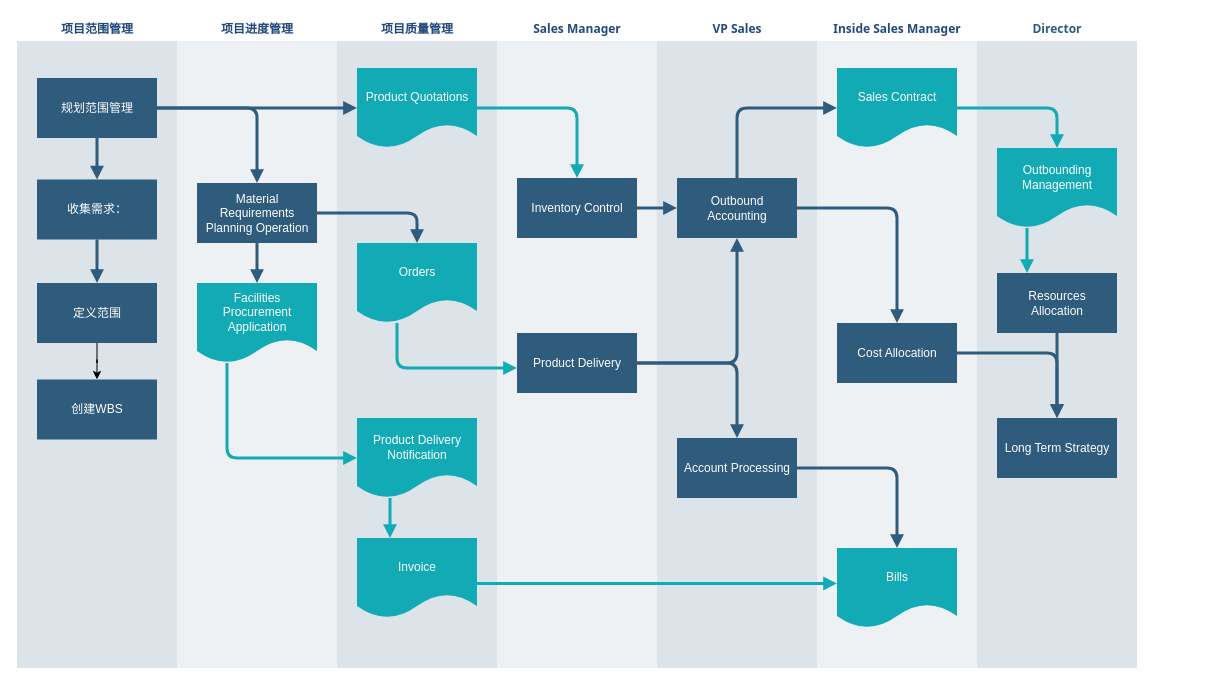
jglie/Hello-World keeps this draw.io diagram as 项目管理.drawio. Above is the earlier version. Source tidied: cells renumbered, new cells numbered last; positions are measured from the earlier drawing's top-left corner, leaving out a move shared by most shapes. Both pictures are drawn from the tidied source at 100%, with x=0, y=0 at pixel (16, 17).
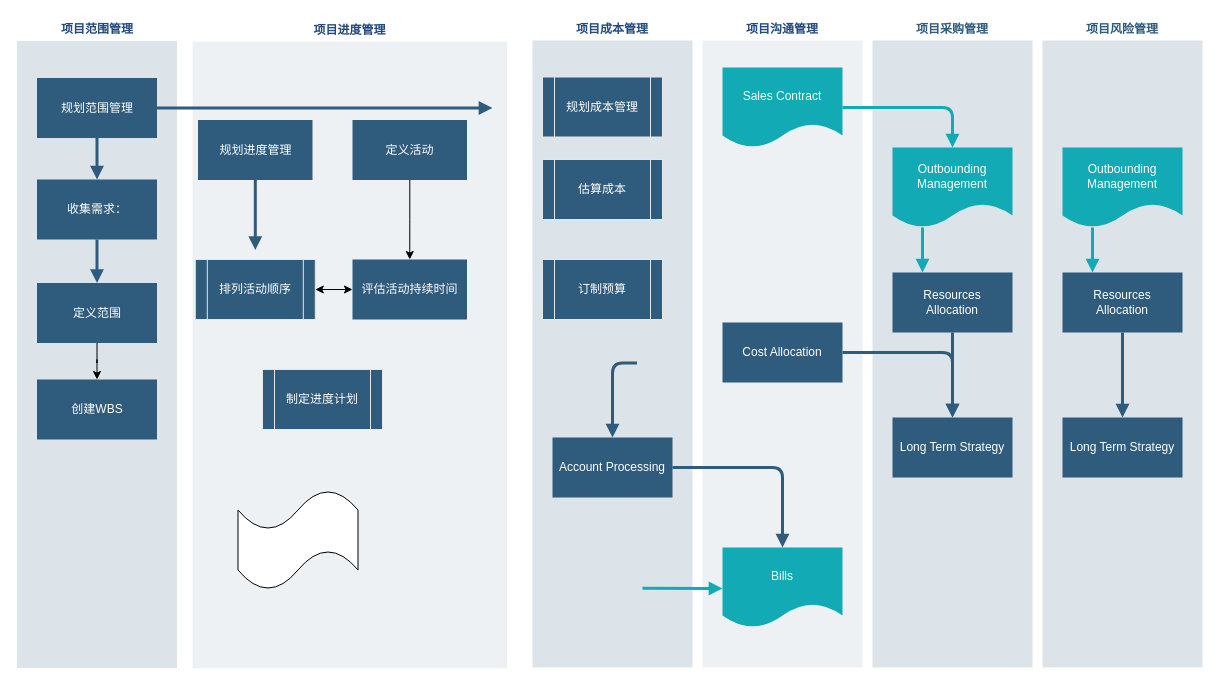
Above is the later version.

Unchanged cells that the change refers to:
```xml
<mxCell id="3" value="规划范围管理" style="whiteSpace=wrap;shadow=0;fontColor=#FFFFFF;fontFamily=Helvetica;fontStyle=0;html=1;fontSize=12;plain-purple;strokeColor=none;fillColor=#2f5b7c;gradientColor=none;spacing=6;verticalAlign=middle;" parent="2" vertex="1">
  <mxGeometry x="20" y="60" width="120" height="60" as="geometry" />
</mxCell>
<mxCell id="11" value="Sales Contract" style="shape=document;whiteSpace=wrap;verticalAlign=middle;strokeColor=none;fillColor=#12aab5;shadow=0;fontColor=#FFFFFF;fontFamily=Helvetica;fontStyle=0;html=1;fontSize=12;spacing=6;spacingBottom=22;" parent="10" vertex="1">
  <mxGeometry x="20" y="50" width="120" height="80" as="geometry" />
</mxCell>
<mxCell id="12" value="Bills" style="shape=document;whiteSpace=wrap;verticalAlign=middle;strokeColor=none;fillColor=#12aab5;shadow=0;fontColor=#FFFFFF;fontFamily=Helvetica;fontStyle=0;html=1;fontSize=12;spacing=6;spacingBottom=22;" parent="10" vertex="1">
  <mxGeometry x="20" y="530" width="120" height="80" as="geometry" />
</mxCell>
<mxCell id="13" value="Cost Allocation" style="whiteSpace=wrap;strokeColor=none;fillColor=#2f5b7c;shadow=0;fontColor=#FFFFFF;fontFamily=Helvetica;fontStyle=0;html=1;fontSize=12;spacing=6;verticalAlign=middle;" parent="10" vertex="1">
  <mxGeometry x="20" y="305" width="120" height="60" as="geometry" />
</mxCell>
<mxCell id="16" value="Account Processing" style="whiteSpace=wrap;strokeColor=none;fillColor=#2f5b7c;shadow=0;fontColor=#FFFFFF;fontFamily=Helvetica;fontStyle=0;html=1;fontSize=12;spacing=6;verticalAlign=middle;" parent="14" vertex="1">
  <mxGeometry x="20" y="420" width="120" height="60" as="geometry" />
</mxCell>
```

What changed in the source:
```diff
@@
-    <mxCell id="10" value="&lt;font color=&quot;#23497d&quot;&gt;Inside Sales Manager&lt;/font&gt;" style="swimlane;whiteSpace=wrap;fillColor=none;swimlaneFillColor=#BAC8D3;fontColor=#2F5B7C;fontFamily=Tahoma;html=1;strokeColor=none;opacity=25;" parent="1" vertex="1">
-      <mxGeometry x="800.5" y="0.5" width="160" height="650" as="geometry" />
+    <mxCell id="10" value="&lt;font color=&quot;#23497d&quot;&gt;项目沟通管理&lt;/font&gt;" style="swimlane;whiteSpace=wrap;fillColor=none;swimlaneFillColor=#BAC8D3;fontColor=#2F5B7C;fontFamily=Tahoma;html=1;strokeColor=none;opacity=25;" parent="1" vertex="1">
+      <mxGeometry x="686" width="160" height="650" as="geometry" />
     </mxCell>
@@
-    <mxCell id="14" value="&lt;font color=&quot;#23497d&quot;&gt;VP Sales&lt;/font&gt;" style="swimlane;whiteSpace=wrap;fillColor=none;swimlaneFillColor=#BAC8D3;fontColor=#2F5B7C;fontFamily=Tahoma;html=1;strokeColor=none;opacity=50;" parent="1" vertex="1">
-      <mxGeometry x="640.5" y="0.5" width="160" height="650" as="geometry" />
+    <mxCell id="14" value="&lt;font color=&quot;#23497d&quot;&gt;项目成本管理&lt;/font&gt;" style="swimlane;whiteSpace=wrap;fillColor=none;swimlaneFillColor=#BAC8D3;fontColor=#2F5B7C;fontFamily=Tahoma;html=1;strokeColor=none;opacity=50;" parent="1" vertex="1">
+      <mxGeometry x="516" width="160" height="650" as="geometry" />
     </mxCell>
-    <mxCell id="15" value="Outbound Accounting" style="whiteSpace=wrap;fillColor=#2f5b7c;strokeColor=none;shadow=0;fontColor=#FFFFFF;fontFamily=Helvetica;fontStyle=0;html=1;fontSize=12;spacing=6;verticalAlign=middle;" parent="14" vertex="1">
-      <mxGeometry x="20" y="160" width="120" height="60" as="geometry" />
-    </mxCell>
@@
+    <mxCell id="51" value="&lt;font color=&quot;#ffffff&quot;&gt;规划成本管理&lt;/font&gt;" style="shape=process;whiteSpace=wrap;html=1;backgroundOutline=1;fillColor=#2F5B7C;fontColor=#000000;strokeColor=#E6E6E6;" parent="14" vertex="1">
+      <mxGeometry x="10" y="59.5" width="120" height="60" as="geometry" />
+    </mxCell>
+    <mxCell id="52" value="&lt;font color=&quot;#ffffff&quot;&gt;估算成本&lt;/font&gt;" style="shape=process;whiteSpace=wrap;html=1;backgroundOutline=1;fillColor=#2F5B7C;fontColor=#000000;strokeColor=#E6E6E6;" parent="14" vertex="1">
+      <mxGeometry x="10" y="142" width="120" height="60" as="geometry" />
+    </mxCell>
+    <mxCell id="53" value="&lt;font color=&quot;#ffffff&quot;&gt;订制预算&lt;/font&gt;" style="shape=process;whiteSpace=wrap;html=1;backgroundOutline=1;fillColor=#2F5B7C;fontColor=#000000;strokeColor=#E6E6E6;" parent="14" vertex="1">
+      <mxGeometry x="10" y="242" width="120" height="60" as="geometry" />
+    </mxCell>
     <mxCell id="17" value="&lt;font color=&quot;#23497d&quot;&gt;项目进度管理&lt;/font&gt;" style="swimlane;whiteSpace=wrap;fillColor=none;swimlaneFillColor=#BAC8D3;fontColor=#2F5B7C;fontFamily=Tahoma;html=1;strokeColor=none;opacity=25;" parent="1" vertex="1">
-      <mxGeometry x="160.5" y="0.5" width="160" height="650" as="geometry" />
+      <mxGeometry x="176" y="1" width="314.5" height="650" as="geometry" />
     </mxCell>
-    <mxCell id="18" value="Material Requirements Planning Operation" style="whiteSpace=wrap;shadow=0;fontColor=#FFFFFF;fontFamily=Helvetica;fontStyle=0;html=1;fontSize=12;plain-purple;strokeColor=none;fillColor=#2f5b7c;gradientColor=none;spacing=6;verticalAlign=middle;" parent="17" vertex="1">
-      <mxGeometry x="20" y="165" width="120" height="60" as="geometry" />
+    <mxCell id="18" value="规划进度管理" style="whiteSpace=wrap;shadow=0;fontColor=#FFFFFF;fontFamily=Helvetica;fontStyle=0;html=1;fontSize=12;plain-purple;strokeColor=none;fillColor=#2f5b7c;gradientColor=none;spacing=6;verticalAlign=middle;" parent="17" vertex="1">
+      <mxGeometry x="5.5" y="101.5" width="114.5" height="60" as="geometry" />
     </mxCell>
-    <mxCell id="19" value="&lt;font color=&quot;#ffffff&quot;&gt;Facilities Procurement&lt;br&gt;Application&lt;/font&gt;&lt;br&gt; " style="shape=document;whiteSpace=wrap;verticalAlign=middle;strokeColor=none;fillColor=#12aab5;shadow=0;fontColor=#FFFFFF;fontFamily=Helvetica;fontStyle=0;html=1;fontSize=12;spacing=6;spacingBottom=22;" parent="17" vertex="1">
-      <mxGeometry x="20" y="265" width="120" height="80" as="geometry" />
-    </mxCell>
-    <mxCell id="20" style="edgeStyle=segmentEdgeStyle;strokeColor=#2F5B7C;strokeWidth=3;html=1;endArrow=block;endFill=1;" parent="17" edge="1" source="18" target="19">
-      <mxGeometry relative="1" as="geometry" />
+    <mxCell id="20" style="edgeStyle=segmentEdgeStyle;strokeColor=#2F5B7C;strokeWidth=3;html=1;endArrow=block;endFill=1;" parent="17" edge="1" source="18">
+      <mxGeometry relative="1" as="geometry">
+        <mxPoint x="62.8" y="231.5" as="targetPoint" />
+      </mxGeometry>
     </mxCell>
-    <mxCell id="21" value="&lt;font color=&quot;#23497d&quot;&gt;项目质量管理&lt;/font&gt;" style="swimlane;whiteSpace=wrap;fillColor=none;swimlaneFillColor=#BAC8D3;fontColor=#2F5B7C;fontFamily=Tahoma;html=1;strokeColor=none;opacity=50;startSize=23;" parent="1" vertex="1">
-      <mxGeometry x="320.5" y="0.5" width="160" height="650" as="geometry" />
-    </mxCell>
-    <mxCell id="22" value="Product Quotations" style="shape=document;whiteSpace=wrap;verticalAlign=middle;strokeColor=none;fillColor=#12aab5;shadow=0;fontColor=#FFFFFF;fontFamily=Helvetica;fontStyle=0;html=1;fontSize=12;spacing=6;spacingBottom=22;" parent="21" vertex="1">
-      <mxGeometry x="20" y="50" width="120" height="80" as="geometry" />
-    </mxCell>
-    <mxCell id="23" value="Orders" style="shape=document;whiteSpace=wrap;verticalAlign=middle;strokeColor=none;fillColor=#12aab5;shadow=0;fontColor=#FFFFFF;fontFamily=Helvetica;fontStyle=0;html=1;fontSize=12;spacing=6;spacingBottom=22;" parent="21" vertex="1">
-      <mxGeometry x="20" y="225" width="120" height="80" as="geometry" />
-    </mxCell>
-    <mxCell id="24" value="Product Delivery Notification" style="shape=document;whiteSpace=wrap;strokeColor=none;fillColor=#12aab5;shadow=0;fontColor=#FFFFFF;fontFamily=Helvetica;fontStyle=0;html=1;fontSize=12;verticalAlign=middle;spacing=6;spacingBottom=22;" parent="21" vertex="1">
-      <mxGeometry x="20" y="400" width="120" height="80" as="geometry" />
-    </mxCell>
-    <mxCell id="25" value="Invoice" style="shape=document;whiteSpace=wrap;verticalAlign=middle;strokeColor=none;fillColor=#12aab5;shadow=0;fontColor=#FFFFFF;fontFamily=Helvetica;fontStyle=0;html=1;fontSize=12;spacing=6;spacingBottom=22;" parent="21" vertex="1">
-      <mxGeometry x="20" y="520" width="120" height="80" as="geometry" />
-    </mxCell>
-    <mxCell id="26" style="edgeStyle=segmentEdgeStyle;strokeColor=#12AAB5;strokeWidth=3;html=1;endArrow=block;endFill=1;" parent="21" edge="1" source="24" target="25">
-      <mxGeometry relative="1" as="geometry">
-        <Array as="points">
-          <mxPoint x="53" y="501" />
-          <mxPoint x="53" y="501" />
-        </Array>
-      </mxGeometry>
-    </mxCell>
-    <mxCell id="27" value="&lt;font color=&quot;#23497d&quot;&gt;Sales Manager&lt;/font&gt;" style="swimlane;whiteSpace=wrap;fillColor=none;swimlaneFillColor=#BAC8D3;fontColor=#2F5B7C;fontFamily=Tahoma;html=1;strokeColor=none;opacity=25;" parent="1" vertex="1">
-      <mxGeometry x="480.5" y="0.5" width="160" height="650" as="geometry" />
-    </mxCell>
-    <mxCell id="28" value="Inventory Control" style="whiteSpace=wrap;strokeColor=none;fillColor=#2f5b7c;shadow=0;fontColor=#FFFFFF;fontFamily=Helvetica;fontStyle=0;html=1;fontSize=12;spacing=6;verticalAlign=middle;" parent="27" vertex="1">
-      <mxGeometry x="20" y="160" width="120" height="60" as="geometry" />
-    </mxCell>
-    <mxCell id="29" value="Product Delivery" style="whiteSpace=wrap;strokeColor=none;fillColor=#2f5b7c;shadow=0;fontColor=#FFFFFF;fontFamily=Helvetica;fontStyle=0;html=1;fontSize=12;spacing=6;verticalAlign=middle;" parent="27" vertex="1">
-      <mxGeometry x="20" y="315" width="120" height="60" as="geometry" />
-    </mxCell>
+    <mxCell id="54" style="edgeStyle=orthogonalEdgeStyle;rounded=0;jettySize=auto;html=1;entryX=0.5;entryY=0;entryDx=0;entryDy=0;" parent="17" edge="1" source="55" target="59">
+      <mxGeometry relative="1" as="geometry" />
+    </mxCell>
+    <mxCell id="55" value="定义活动" style="whiteSpace=wrap;shadow=0;fontColor=#FFFFFF;fontFamily=Helvetica;fontStyle=0;html=1;fontSize=12;plain-purple;strokeColor=none;fillColor=#2f5b7c;gradientColor=none;spacing=6;verticalAlign=middle;" parent="17" vertex="1">
+      <mxGeometry x="160" y="101.5" width="114.5" height="60" as="geometry" />
+    </mxCell>
+    <mxCell id="56" style="shape=tape;whiteSpace=wrap;html=1;" parent="17" vertex="1">
+      <mxGeometry x="45.5" y="471.5" width="120" height="100" as="geometry" />
+    </mxCell>
+    <mxCell id="57" style="edgeStyle=orthogonalEdgeStyle;rounded=0;jettySize=auto;html=1;startArrow=classic;startFill=1;" parent="17" edge="1" source="58" target="59">
+      <mxGeometry relative="1" as="geometry" />
+    </mxCell>
+    <mxCell id="58" value="&lt;font color=&quot;#ffffff&quot;&gt;排列活动顺序&lt;/font&gt;" style="shape=process;whiteSpace=wrap;html=1;backgroundOutline=1;fillColor=#2F5B7C;fontColor=#000000;strokeColor=#E6E6E6;" parent="17" vertex="1">
+      <mxGeometry x="2.8" y="241" width="120" height="60" as="geometry" />
+    </mxCell>
+    <mxCell id="59" value="评估活动持续时间" style="whiteSpace=wrap;shadow=0;fontColor=#FFFFFF;fontFamily=Helvetica;fontStyle=0;html=1;fontSize=12;plain-purple;strokeColor=none;fillColor=#2f5b7c;gradientColor=none;spacing=6;verticalAlign=middle;" parent="17" vertex="1">
+      <mxGeometry x="160" y="241" width="114.5" height="60" as="geometry" />
+    </mxCell>
+    <mxCell id="60" value="&lt;font color=&quot;#ffffff&quot;&gt;制定进度计划&lt;/font&gt;" style="shape=process;whiteSpace=wrap;html=1;backgroundOutline=1;fillColor=#2F5B7C;fontColor=#000000;strokeColor=#E6E6E6;" parent="17" vertex="1">
+      <mxGeometry x="70" y="351" width="120" height="60" as="geometry" />
+    </mxCell>
-    <mxCell id="30" value="Director" style="swimlane;whiteSpace=wrap;fillColor=none;swimlaneFillColor=#BAC8D3;fontColor=#2F5B7C;fontFamily=Tahoma;html=1;strokeColor=none;opacity=50;" parent="1" vertex="1">
-      <mxGeometry x="960.5" y="0.5" width="160" height="650" as="geometry" />
+    <mxCell id="30" value="项目采购管理" style="swimlane;whiteSpace=wrap;fillColor=none;swimlaneFillColor=#BAC8D3;fontColor=#2F5B7C;fontFamily=Tahoma;html=1;strokeColor=none;opacity=50;" parent="1" vertex="1">
+      <mxGeometry x="856" width="160" height="650" as="geometry" />
     </mxCell>
@@
-    <mxCell id="36" style="edgeStyle=segmentEdgeStyle;strokeColor=#2F5B7C;strokeWidth=3;html=1;endArrow=block;endFill=1;" parent="1" edge="1" source="3" target="18">
-      <mxGeometry x="164.5" y="178.5" as="geometry" />
-    </mxCell>
-    <mxCell id="37" style="edgeStyle=segmentEdgeStyle;strokeColor=#2F5B7C;strokeWidth=3;html=1;endArrow=block;endFill=1;" parent="1" edge="1" source="3" target="22">
-      <mxGeometry x="164.5" y="178.5" as="geometry" />
+    <mxCell id="37" style="edgeStyle=segmentEdgeStyle;strokeColor=#2F5B7C;strokeWidth=3;html=1;endArrow=block;endFill=1;" parent="1" edge="1" source="3">
+      <mxGeometry x="164.5" y="178.5" as="geometry">
+        <mxPoint x="476" y="90.5" as="targetPoint" />
+      </mxGeometry>
     </mxCell>
-    <mxCell id="38" style="edgeStyle=segmentEdgeStyle;strokeColor=#12AAB5;strokeWidth=3;html=1;endArrow=block;endFill=1;" parent="1" edge="1" source="19" target="24">
-      <mxGeometry x="234.5" y="433.5" as="geometry">
-        <Array as="points">
-          <mxPoint x="210.5" y="440.5" />
-        </Array>
-      </mxGeometry>
-    </mxCell>
-    <mxCell id="39" style="edgeStyle=elbowEdgeStyle;elbow=vertical;strokeColor=#12AAB5;strokeWidth=3;html=1;endArrow=block;endFill=1;" parent="1" edge="1" source="25" target="12">
-      <mxGeometry x="484.5" y="623.5" as="geometry" />
+    <mxCell id="39" style="edgeStyle=elbowEdgeStyle;elbow=vertical;strokeColor=#12AAB5;strokeWidth=3;html=1;endArrow=block;endFill=1;" parent="1" edge="1" target="12">
+      <mxGeometry x="484.5" y="623.5" as="geometry">
+        <mxPoint x="626" y="570.8" as="sourcePoint" />
+      </mxGeometry>
     </mxCell>
-    <mxCell id="40" style="edgeStyle=segmentEdgeStyle;strokeColor=#2F5B7C;strokeWidth=3;html=1;endArrow=block;endFill=1;" parent="1" edge="1" source="18" target="23">
-      <mxGeometry x="324.5" y="283.5" as="geometry" />
-    </mxCell>
-    <mxCell id="41" style="edgeStyle=segmentEdgeStyle;strokeColor=#12AAB5;strokeWidth=3;html=1;endArrow=block;endFill=1;" parent="1" edge="1" source="22" target="28">
-      <mxGeometry x="484.5" y="178.5" as="geometry" />
-    </mxCell>
-    <mxCell id="42" style="edgeStyle=none;strokeColor=#2F5B7C;strokeWidth=3;html=1;endArrow=block;endFill=1;" parent="1" edge="1" source="28" target="15">
-      <mxGeometry x="644.5" y="278.5" as="geometry" />
-    </mxCell>
-    <mxCell id="43" style="edgeStyle=segmentEdgeStyle;strokeColor=#12AAB5;strokeWidth=3;html=1;endArrow=block;endFill=1;" parent="1" edge="1" source="23" target="29">
-      <mxGeometry x="404.5" y="393.5" as="geometry">
-        <Array as="points">
-          <mxPoint x="380.5" y="350.5" />
-        </Array>
-      </mxGeometry>
-    </mxCell>
-    <mxCell id="44" style="edgeStyle=segmentEdgeStyle;strokeColor=#2F5B7C;strokeWidth=3;html=1;endArrow=block;endFill=1;" parent="1" edge="1" source="29" target="15">
-      <mxGeometry x="644.5" y="308.5" as="geometry" />
-    </mxCell>
-    <mxCell id="45" style="edgeStyle=segmentEdgeStyle;strokeColor=#2F5B7C;strokeWidth=3;html=1;endArrow=block;endFill=1;" parent="1" edge="1" source="29" target="16">
-      <mxGeometry x="644.5" y="433.5" as="geometry" />
+    <mxCell id="45" style="edgeStyle=segmentEdgeStyle;strokeColor=#2F5B7C;strokeWidth=3;html=1;endArrow=block;endFill=1;" parent="1" edge="1" target="16">
+      <mxGeometry x="644.5" y="433.5" as="geometry">
+        <mxPoint x="620.5" y="345.5" as="sourcePoint" />
+      </mxGeometry>
     </mxCell>
-    <mxCell id="46" style="edgeStyle=segmentEdgeStyle;strokeColor=#2F5B7C;strokeWidth=3;html=1;endArrow=block;endFill=1;" parent="1" edge="1" source="15" target="11">
-      <mxGeometry x="744.5" y="178.5" as="geometry">
-        <Array as="points">
-          <mxPoint x="720.5" y="90.5" />
-        </Array>
-      </mxGeometry>
-    </mxCell>
-    <mxCell id="47" style="edgeStyle=segmentEdgeStyle;strokeColor=#2F5B7C;strokeWidth=3;html=1;endArrow=block;endFill=1;" parent="1" edge="1" source="15" target="13">
-      <mxGeometry x="804.5" y="278.5" as="geometry" />
-    </mxCell>
@@
+    <mxCell id="61" value="项目风险管理" style="swimlane;whiteSpace=wrap;fillColor=none;swimlaneFillColor=#BAC8D3;fontColor=#2F5B7C;fontFamily=Tahoma;html=1;strokeColor=none;opacity=50;" parent="1" vertex="1">
+      <mxGeometry x="1026" width="160" height="650" as="geometry" />
+    </mxCell>
+    <mxCell id="62" value="Outbounding Management" style="shape=document;whiteSpace=wrap;verticalAlign=middle;strokeColor=none;fillColor=#12aab5;shadow=0;fontColor=#FFFFFF;fontFamily=Helvetica;fontStyle=0;html=1;fontSize=12;spacing=6;spacingBottom=22;" parent="61" vertex="1">
+      <mxGeometry x="20" y="130" width="120" height="80" as="geometry" />
+    </mxCell>
+    <mxCell id="63" value="Resources Allocation" style="whiteSpace=wrap;strokeColor=none;fillColor=#2f5b7c;shadow=0;fontColor=#FFFFFF;fontFamily=Helvetica;fontStyle=0;html=1;fontSize=12;spacing=6;verticalAlign=middle;" parent="61" vertex="1">
+      <mxGeometry x="20" y="255" width="120" height="60" as="geometry" />
+    </mxCell>
+    <mxCell id="64" value="Long Term Strategy" style="whiteSpace=wrap;strokeColor=none;fillColor=#2f5b7c;shadow=0;fontColor=#FFFFFF;fontFamily=Helvetica;fontStyle=0;html=1;fontSize=12;spacing=6;verticalAlign=middle;" parent="61" vertex="1">
+      <mxGeometry x="20" y="400" width="120" height="60" as="geometry" />
+    </mxCell>
+    <mxCell id="65" style="edgeStyle=segmentEdgeStyle;strokeColor=#2F5B7C;strokeWidth=3;html=1;endArrow=block;endFill=1;" parent="61" edge="1" source="63" target="64">
+      <mxGeometry relative="1" as="geometry" />
+    </mxCell>
+    <mxCell id="66" style="edgeStyle=segmentEdgeStyle;entryX=0.25;entryY=0;strokeColor=#12AAB5;strokeWidth=3;html=1;endArrow=block;endFill=1;" parent="61" edge="1" source="62" target="63">
+      <mxGeometry relative="1" as="geometry" />
+    </mxCell>
```
